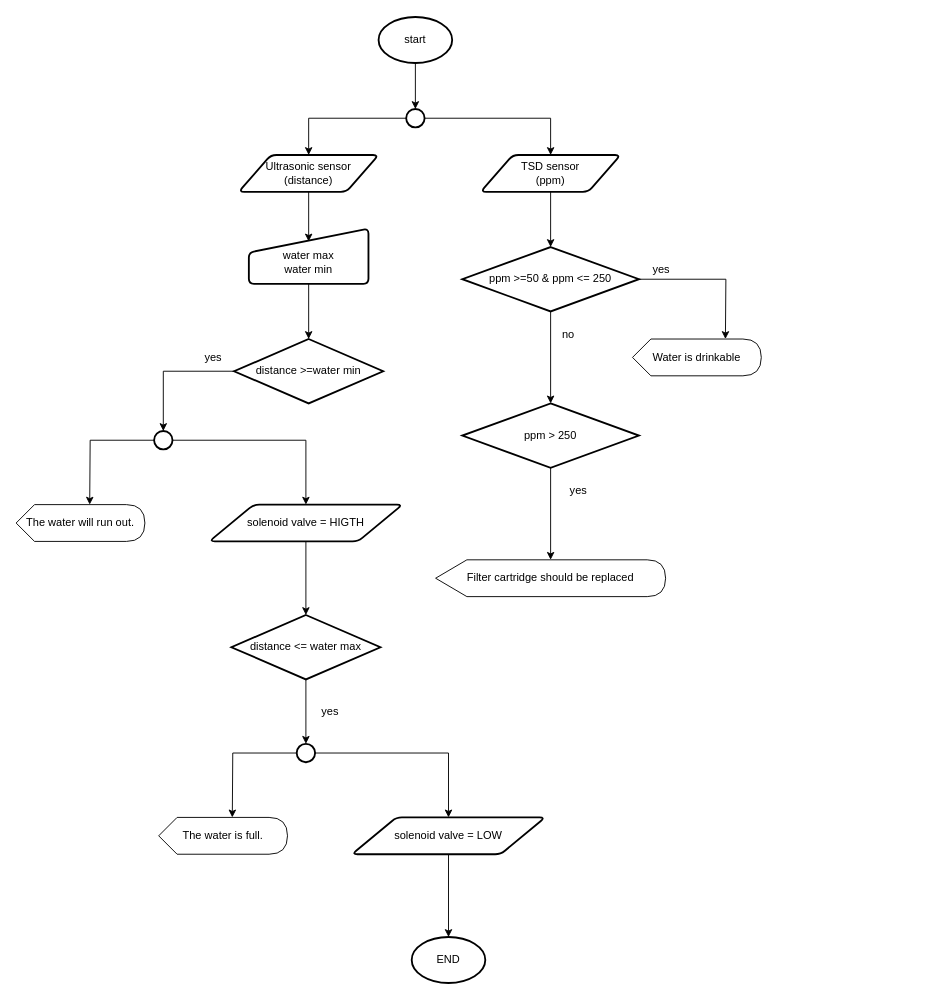
This is Untitled Diagram.drawio from Jaruwit01/iot-project-, a draw.io file, before an edit. Source tidied: cells renumbered, new cells numbered last; positions are measured from the earlier drawing's top-left corner, leaving out a move shared by most shapes. Both pictures are drawn from the tidied source at 92%, with x=0, y=0 at pixel (16, 17).
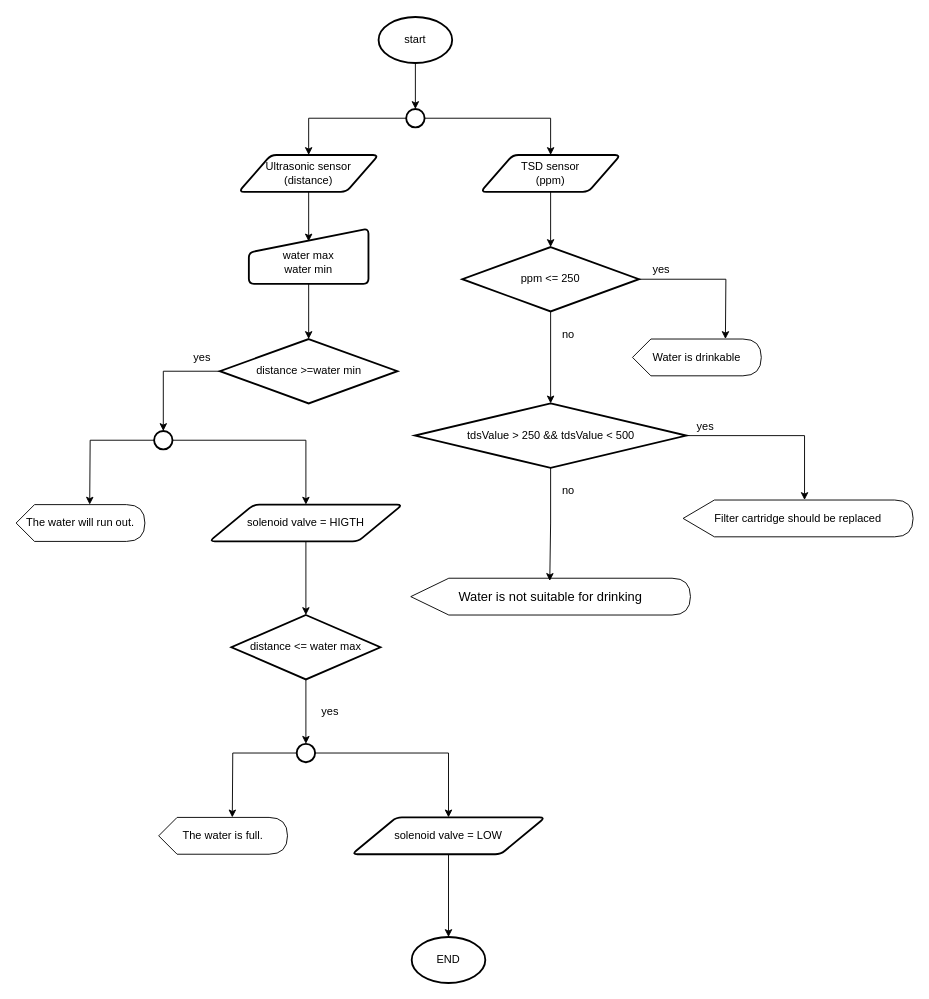
The same diagram, later.

What changed in the source:
```diff
@@
     <mxCell id="13" value="distance &amp;gt;=water min" style="strokeWidth=2;html=1;shape=mxgraph.flowchart.decision;whiteSpace=wrap;" parent="1" vertex="1">
-      <mxGeometry x="237" y="350" width="162" height="70" as="geometry" />
+      <mxGeometry x="221.5" y="350" width="193" height="70" as="geometry" />
     </mxCell>
@@
-    <mxCell id="17" value="ppm &amp;gt;=50 &amp;amp; ppm &amp;lt;= 250" style="strokeWidth=2;html=1;shape=mxgraph.flowchart.decision;whiteSpace=wrap;" parent="1" vertex="1">
+    <mxCell id="17" value="ppm &amp;lt;= 250" style="strokeWidth=2;html=1;shape=mxgraph.flowchart.decision;whiteSpace=wrap;" parent="1" vertex="1">
       <mxGeometry x="485" y="250" width="192" height="70" as="geometry" />
     </mxCell>
@@
-    <mxCell id="20" value="&lt;h5 style=&quot;line-height: 19px;&quot;&gt;&lt;div style=&quot;font-weight: normal; line-height: 19px; white-space: pre;&quot;&gt;&lt;font style=&quot;font-size: 12px;&quot; face=&quot;Helvetica&quot;&gt;Filter cartridge should be replaced&lt;/font&gt;&lt;/div&gt;&lt;/h5&gt;" style="shape=display;whiteSpace=wrap;html=1;align=center;size=0.136;" parent="1" vertex="1">
-      <mxGeometry x="456" y="590" width="250" height="40" as="geometry" />
-    </mxCell>
@@
-    <mxCell id="35" value="ppm &amp;gt;&amp;nbsp;&lt;span style=&quot;background-color: initial;&quot;&gt;250&lt;/span&gt;" style="strokeWidth=2;html=1;shape=mxgraph.flowchart.decision;whiteSpace=wrap;" parent="1" vertex="1">
-      <mxGeometry x="485" y="420" width="192" height="70" as="geometry" />
+    <mxCell id="35" value="tdsValue &amp;gt; 250 &amp;amp;&amp;amp; tdsValue &amp;lt; 500" style="strokeWidth=2;html=1;shape=mxgraph.flowchart.decision;whiteSpace=wrap;" parent="1" vertex="1">
+      <mxGeometry x="433.5" y="420" width="295" height="70" as="geometry" />
     </mxCell>
-    <mxCell id="36" style="edgeStyle=orthogonalEdgeStyle;rounded=0;jettySize=auto;html=1;" parent="1" edge="1" source="35" target="20">
-      <mxGeometry relative="1" as="geometry" />
-    </mxCell>
@@
     <mxCell id="38" value="yes" style="text;html=1;align=center;verticalAlign=middle;strokeColor=none;fillColor=none;" parent="1" vertex="1">
-      <mxGeometry x="194" y="355" width="40" height="30" as="geometry" />
+      <mxGeometry x="181.5" y="355" width="40" height="30" as="geometry" />
     </mxCell>
@@
-    <mxCell id="40" value="yes" style="text;html=1;align=center;verticalAlign=middle;strokeColor=none;fillColor=none;" parent="1" vertex="1">
-      <mxGeometry x="591" y="500" width="40" height="30" as="geometry" />
+    <mxCell id="40" value="no" style="text;html=1;align=center;verticalAlign=middle;strokeColor=none;fillColor=none;" parent="1" vertex="1">
+      <mxGeometry x="580" y="500" width="40" height="30" as="geometry" />
     </mxCell>
@@
+    <mxCell id="42" value="&lt;div style=&quot;font-size: 14px; line-height: 19px; white-space: pre;&quot;&gt;&lt;span style=&quot;background-color: rgb(255, 255, 255);&quot;&gt;&lt;font face=&quot;Helvetica&quot;&gt;Water is not suitable for drinking&lt;/font&gt;&lt;/span&gt;&lt;/div&gt;" style="shape=display;whiteSpace=wrap;html=1;align=center;size=0.136;" parent="1" vertex="1">
+      <mxGeometry x="429" y="610" width="304" height="40" as="geometry" />
+    </mxCell>
+    <mxCell id="43" value="yes" style="text;html=1;align=center;verticalAlign=middle;strokeColor=none;fillColor=none;" parent="1" vertex="1">
+      <mxGeometry x="728.5" y="430" width="40" height="30" as="geometry" />
+    </mxCell>
+    <mxCell id="20" value="&lt;h5 style=&quot;line-height: 19px;&quot;&gt;&lt;div style=&quot;font-weight: normal; line-height: 19px; white-space: pre;&quot;&gt;&lt;font style=&quot;font-size: 12px;&quot; face=&quot;Helvetica&quot;&gt;Filter cartridge should be replaced&lt;/font&gt;&lt;/div&gt;&lt;/h5&gt;" style="shape=display;whiteSpace=wrap;html=1;align=center;size=0.136;" parent="1" vertex="1">
+      <mxGeometry x="725" y="525" width="250" height="40" as="geometry" />
+    </mxCell>
+    <mxCell id="36" style="edgeStyle=orthogonalEdgeStyle;rounded=0;jettySize=auto;html=1;exitX=1;exitY=0.5;exitDx=0;exitDy=0;exitPerimeter=0;entryX=0;entryY=0;entryDx=132;entryDy=0;entryPerimeter=0;" parent="1" edge="1" source="35" target="20">
+      <mxGeometry relative="1" as="geometry" />
+    </mxCell>
+    <mxCell id="44" style="edgeStyle=orthogonalEdgeStyle;rounded=0;jettySize=auto;html=1;exitX=0.5;exitY=1;exitDx=0;exitDy=0;exitPerimeter=0;entryX=0.497;entryY=0.074;entryDx=0;entryDy=0;entryPerimeter=0;" parent="1" edge="1" source="35" target="42">
+      <mxGeometry relative="1" as="geometry" />
+    </mxCell>
```
